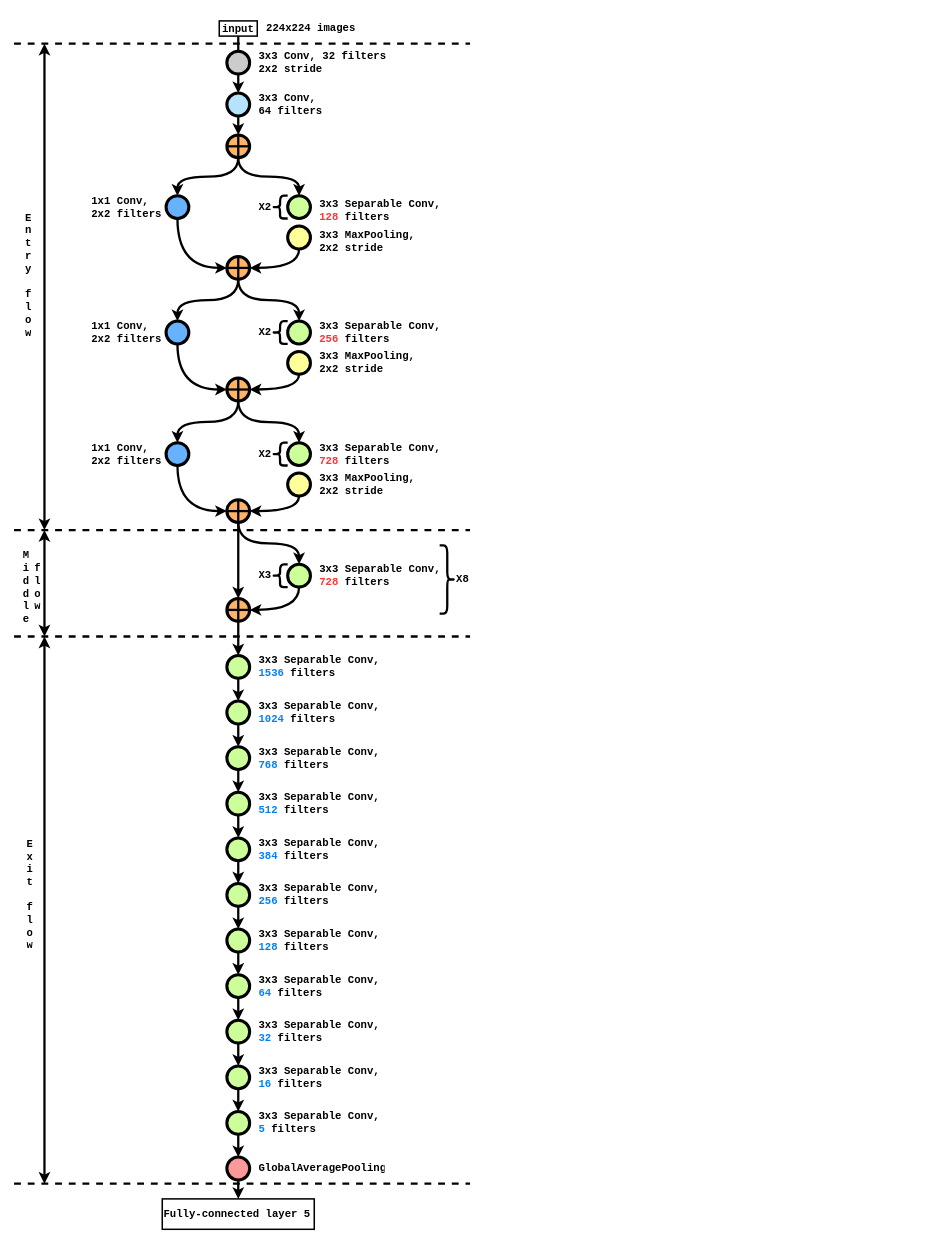
The draw.io diagram 논문/작성 논문/퇴행성 관절염 진단을 위한 방사선 영상 기반 합성곱 신경망 모델의 정확/이미지/Xception.drawio in d9249/Learning, before the edit. Source tidied: cells renumbered, new cells numbered last; positions are measured from the earlier drawing's top-left corner, leaving out a move shared by most shapes. Both pictures are drawn from the tidied source at 76%, with x=0, y=0 at pixel (14, 13).
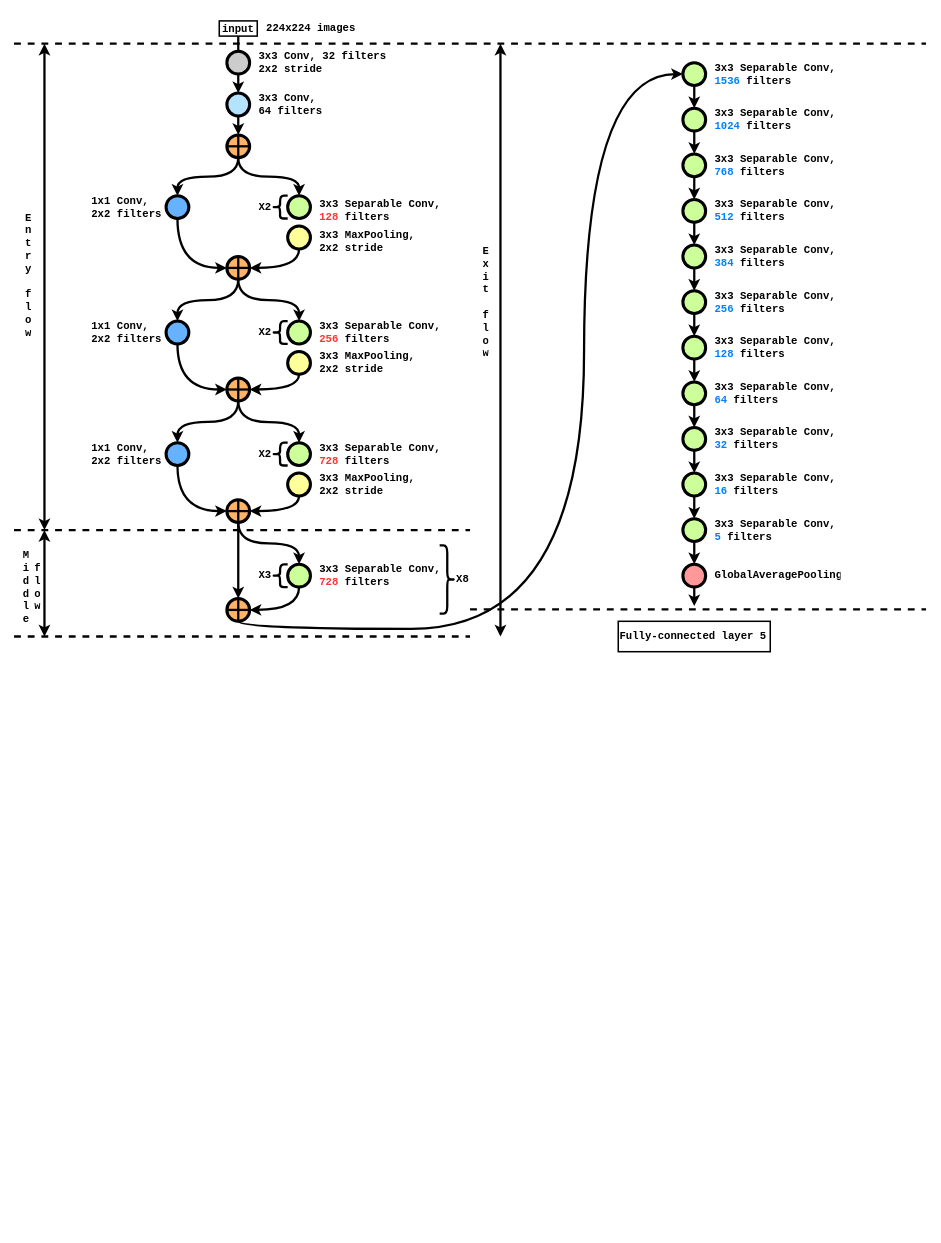
The same page after the edit.

The change refers to these unchanged cells:
```xml
<mxCell id="62" style="verticalLabelPosition=bottom;verticalAlign=top;html=1;strokeWidth=4;shape=mxgraph.flowchart.on-page_reference;fillColor=#FFB366;gradientColor=none;" parent="1" vertex="1">
  <mxGeometry x="280" y="770" width="30" height="30" as="geometry" />
</mxCell>
```

Diff of the diagram source:
```diff
@@
     <mxCell id="73" style="verticalLabelPosition=bottom;verticalAlign=top;html=1;strokeWidth=4;shape=mxgraph.flowchart.on-page_reference;plain-purple;gradientColor=none;strokeColor=#000000;fillColor=#CCFF99;" parent="1" vertex="1">
-      <mxGeometry x="280" y="845" width="30" height="30" as="geometry" />
+      <mxGeometry x="880" y="65" width="30" height="30" as="geometry" />
     </mxCell>
-    <mxCell id="74" style="edgeStyle=orthogonalEdgeStyle;curved=1;rounded=0;html=1;exitX=0.5;exitY=0;exitPerimeter=0;endArrow=none;endFill=0;jettySize=auto;strokeWidth=3;fontSize=15;startArrow=classic;startFill=1;exitDx=0;exitDy=0;entryX=0.5;entryY=1;entryDx=0;entryDy=0;entryPerimeter=0;" parent="1" edge="1" source="73" target="62">
+    <mxCell id="74" style="edgeStyle=orthogonalEdgeStyle;curved=1;rounded=0;html=1;exitX=0;exitY=0.5;exitPerimeter=0;endArrow=none;endFill=0;jettySize=auto;strokeWidth=3;fontSize=15;startArrow=classic;startFill=1;exitDx=0;exitDy=0;entryX=0.5;entryY=1;entryDx=0;entryDy=0;entryPerimeter=0;" parent="1" edge="1" source="73" target="62">
       <mxGeometry relative="1" as="geometry">
         <Array as="points">
-          <mxPoint x="295" y="830" />
-          <mxPoint x="295" y="830" />
+          <mxPoint x="750" y="80" />
+          <mxPoint x="750" y="810" />
+          <mxPoint x="295" y="810" />
         </Array>
       </mxGeometry>
     </mxCell>
     <mxCell id="75" value="3x3 Separable Conv, &lt;br&gt;&lt;font color=&quot;#007fff&quot;&gt;1536&lt;/font&gt; filters" style="text;html=1;strokeColor=none;fillColor=none;align=left;verticalAlign=middle;whiteSpace=wrap;overflow=hidden;fontSize=14;fontStyle=1;fontFamily=Courier New;" parent="1" vertex="1">
-      <mxGeometry x="320" y="840" width="167.5" height="40" as="geometry" />
+      <mxGeometry x="920" y="60" width="167.5" height="40" as="geometry" />
     </mxCell>
     <mxCell id="76" style="endArrow=none;dashed=1;html=1;rounded=0;fontColor=#FF3333;strokeWidth=3;" parent="1" edge="1">
       <mxGeometry relative="1" as="geometry">
-        <mxPoint y="820" as="sourcePoint" />
-        <mxPoint x="600" y="820" as="targetPoint" />
+        <mxPoint x="600" y="40" as="sourcePoint" />
+        <mxPoint x="1200" y="40" as="targetPoint" />
       </mxGeometry>
     </mxCell>
@@
     <mxCell id="79" style="verticalLabelPosition=bottom;verticalAlign=top;html=1;strokeWidth=4;shape=mxgraph.flowchart.on-page_reference;plain-purple;gradientColor=none;strokeColor=#000000;fillColor=#CCFF99;" parent="1" vertex="1">
-      <mxGeometry x="280" y="905" width="30" height="30" as="geometry" />
+      <mxGeometry x="880" y="125" width="30" height="30" as="geometry" />
     </mxCell>
     <mxCell id="80" value="3x3 Separable Conv, &lt;br&gt;&lt;font color=&quot;#007fff&quot;&gt;1024&lt;/font&gt; filters" style="text;html=1;strokeColor=none;fillColor=none;align=left;verticalAlign=middle;whiteSpace=wrap;overflow=hidden;fontSize=14;fontStyle=1;fontFamily=Courier New;" parent="1" vertex="1">
-      <mxGeometry x="320" y="900" width="167.5" height="40" as="geometry" />
+      <mxGeometry x="920" y="120" width="167.5" height="40" as="geometry" />
     </mxCell>
     <mxCell id="81" style="verticalLabelPosition=bottom;verticalAlign=top;html=1;strokeWidth=4;shape=mxgraph.flowchart.on-page_reference;plain-purple;gradientColor=none;strokeColor=#000000;fillColor=#CCFF99;" parent="1" vertex="1">
-      <mxGeometry x="280" y="965" width="30" height="30" as="geometry" />
+      <mxGeometry x="880" y="185" width="30" height="30" as="geometry" />
     </mxCell>
     <mxCell id="82" value="3x3 Separable Conv, &lt;br&gt;&lt;font color=&quot;#007fff&quot;&gt;768&lt;/font&gt; filters" style="text;html=1;strokeColor=none;fillColor=none;align=left;verticalAlign=middle;whiteSpace=wrap;overflow=hidden;fontSize=14;fontStyle=1;fontFamily=Courier New;" parent="1" vertex="1">
-      <mxGeometry x="320" y="960" width="167.5" height="40" as="geometry" />
+      <mxGeometry x="920" y="180" width="167.5" height="40" as="geometry" />
     </mxCell>
     <mxCell id="83" style="verticalLabelPosition=bottom;verticalAlign=top;html=1;strokeWidth=4;shape=mxgraph.flowchart.on-page_reference;plain-purple;gradientColor=none;strokeColor=#000000;fillColor=#CCFF99;" parent="1" vertex="1">
-      <mxGeometry x="280" y="1025" width="30" height="30" as="geometry" />
+      <mxGeometry x="880" y="245" width="30" height="30" as="geometry" />
     </mxCell>
     <mxCell id="84" value="3x3 Separable Conv, &lt;br&gt;&lt;font color=&quot;#007fff&quot;&gt;512&lt;/font&gt; filters" style="text;html=1;strokeColor=none;fillColor=none;align=left;verticalAlign=middle;whiteSpace=wrap;overflow=hidden;fontSize=14;fontStyle=1;fontFamily=Courier New;" parent="1" vertex="1">
-      <mxGeometry x="320" y="1020" width="167.5" height="40" as="geometry" />
+      <mxGeometry x="920" y="240" width="167.5" height="40" as="geometry" />
     </mxCell>
@@
     <mxCell id="88" style="verticalLabelPosition=bottom;verticalAlign=top;html=1;strokeWidth=4;shape=mxgraph.flowchart.on-page_reference;plain-purple;gradientColor=none;strokeColor=#000000;fillColor=#CCFF99;" parent="1" vertex="1">
-      <mxGeometry x="280" y="1085" width="30" height="30" as="geometry" />
+      <mxGeometry x="880" y="305" width="30" height="30" as="geometry" />
     </mxCell>
     <mxCell id="89" value="3x3 Separable Conv, &lt;br&gt;&lt;font color=&quot;#007fff&quot;&gt;384&lt;/font&gt; filters" style="text;html=1;strokeColor=none;fillColor=none;align=left;verticalAlign=middle;whiteSpace=wrap;overflow=hidden;fontSize=14;fontStyle=1;fontFamily=Courier New;" parent="1" vertex="1">
-      <mxGeometry x="320" y="1080" width="167.5" height="40" as="geometry" />
+      <mxGeometry x="920" y="300" width="167.5" height="40" as="geometry" />
     </mxCell>
     <mxCell id="90" style="edgeStyle=orthogonalEdgeStyle;curved=1;rounded=0;html=1;exitX=0.5;exitY=0;exitPerimeter=0;endArrow=none;endFill=0;jettySize=auto;strokeWidth=3;fontSize=15;startArrow=classic;startFill=1;exitDx=0;exitDy=0;entryX=0.5;entryY=1;entryDx=0;entryDy=0;entryPerimeter=0;" parent="1" edge="1" source="88">
       <mxGeometry relative="1" as="geometry">
-        <mxPoint x="295" y="1055" as="targetPoint" />
+        <mxPoint x="895" y="275" as="targetPoint" />
       </mxGeometry>
     </mxCell>
     <mxCell id="91" style="verticalLabelPosition=bottom;verticalAlign=top;html=1;strokeWidth=4;shape=mxgraph.flowchart.on-page_reference;plain-purple;gradientColor=none;strokeColor=#000000;fillColor=#CCFF99;" parent="1" vertex="1">
-      <mxGeometry x="280" y="1145" width="30" height="30" as="geometry" />
+      <mxGeometry x="880" y="365" width="30" height="30" as="geometry" />
     </mxCell>
     <mxCell id="92" value="3x3 Separable Conv, &lt;br&gt;&lt;font color=&quot;#007fff&quot;&gt;256&lt;/font&gt; filters" style="text;html=1;strokeColor=none;fillColor=none;align=left;verticalAlign=middle;whiteSpace=wrap;overflow=hidden;fontSize=14;fontStyle=1;fontFamily=Courier New;" parent="1" vertex="1">
-      <mxGeometry x="320" y="1140" width="167.5" height="40" as="geometry" />
+      <mxGeometry x="920" y="360" width="167.5" height="40" as="geometry" />
     </mxCell>
     <mxCell id="93" style="edgeStyle=orthogonalEdgeStyle;curved=1;rounded=0;html=1;exitX=0.5;exitY=0;exitPerimeter=0;endArrow=none;endFill=0;jettySize=auto;strokeWidth=3;fontSize=15;startArrow=classic;startFill=1;exitDx=0;exitDy=0;entryX=0.5;entryY=1;entryDx=0;entryDy=0;entryPerimeter=0;" parent="1" edge="1" source="91">
       <mxGeometry relative="1" as="geometry">
-        <mxPoint x="295" y="1115" as="targetPoint" />
+        <mxPoint x="895" y="335" as="targetPoint" />
       </mxGeometry>
     </mxCell>
     <mxCell id="94" style="verticalLabelPosition=bottom;verticalAlign=top;html=1;strokeWidth=4;shape=mxgraph.flowchart.on-page_reference;plain-purple;gradientColor=none;strokeColor=#000000;fillColor=#CCFF99;" parent="1" vertex="1">
-      <mxGeometry x="280" y="1205" width="30" height="30" as="geometry" />
+      <mxGeometry x="880" y="425" width="30" height="30" as="geometry" />
     </mxCell>
     <mxCell id="95" value="3x3 Separable Conv, &lt;br&gt;&lt;font color=&quot;#007fff&quot;&gt;128&lt;/font&gt; filters" style="text;html=1;strokeColor=none;fillColor=none;align=left;verticalAlign=middle;whiteSpace=wrap;overflow=hidden;fontSize=14;fontStyle=1;fontFamily=Courier New;" parent="1" vertex="1">
-      <mxGeometry x="320" y="1200" width="167.5" height="40" as="geometry" />
+      <mxGeometry x="920" y="420" width="167.5" height="40" as="geometry" />
     </mxCell>
     <mxCell id="96" style="edgeStyle=orthogonalEdgeStyle;curved=1;rounded=0;html=1;exitX=0.5;exitY=0;exitPerimeter=0;endArrow=none;endFill=0;jettySize=auto;strokeWidth=3;fontSize=15;startArrow=classic;startFill=1;exitDx=0;exitDy=0;entryX=0.5;entryY=1;entryDx=0;entryDy=0;entryPerimeter=0;" parent="1" edge="1" source="94">
       <mxGeometry relative="1" as="geometry">
-        <mxPoint x="295" y="1175" as="targetPoint" />
+        <mxPoint x="895" y="395" as="targetPoint" />
       </mxGeometry>
     </mxCell>
     <mxCell id="97" style="verticalLabelPosition=bottom;verticalAlign=top;html=1;strokeWidth=4;shape=mxgraph.flowchart.on-page_reference;plain-purple;gradientColor=none;strokeColor=#000000;fillColor=#CCFF99;" parent="1" vertex="1">
-      <mxGeometry x="280" y="1265" width="30" height="30" as="geometry" />
+      <mxGeometry x="880" y="485" width="30" height="30" as="geometry" />
     </mxCell>
     <mxCell id="98" value="3x3 Separable Conv, &lt;br&gt;&lt;font color=&quot;#007fff&quot;&gt;64&lt;/font&gt; filters" style="text;html=1;strokeColor=none;fillColor=none;align=left;verticalAlign=middle;whiteSpace=wrap;overflow=hidden;fontSize=14;fontStyle=1;fontFamily=Courier New;" parent="1" vertex="1">
-      <mxGeometry x="320" y="1260" width="167.5" height="40" as="geometry" />
+      <mxGeometry x="920" y="480" width="167.5" height="40" as="geometry" />
     </mxCell>
     <mxCell id="99" style="edgeStyle=orthogonalEdgeStyle;curved=1;rounded=0;html=1;exitX=0.5;exitY=0;exitPerimeter=0;endArrow=none;endFill=0;jettySize=auto;strokeWidth=3;fontSize=15;startArrow=classic;startFill=1;exitDx=0;exitDy=0;entryX=0.5;entryY=1;entryDx=0;entryDy=0;entryPerimeter=0;" parent="1" edge="1" source="97">
       <mxGeometry relative="1" as="geometry">
-        <mxPoint x="295" y="1235" as="targetPoint" />
+        <mxPoint x="895" y="455" as="targetPoint" />
       </mxGeometry>
     </mxCell>
     <mxCell id="100" style="verticalLabelPosition=bottom;verticalAlign=top;html=1;strokeWidth=4;shape=mxgraph.flowchart.on-page_reference;plain-purple;gradientColor=none;strokeColor=#000000;fillColor=#CCFF99;" parent="1" vertex="1">
-      <mxGeometry x="280" y="1325" width="30" height="30" as="geometry" />
+      <mxGeometry x="880" y="545" width="30" height="30" as="geometry" />
     </mxCell>
     <mxCell id="101" value="3x3 Separable Conv, &lt;br&gt;&lt;font color=&quot;#007fff&quot;&gt;32&lt;/font&gt; filters" style="text;html=1;strokeColor=none;fillColor=none;align=left;verticalAlign=middle;whiteSpace=wrap;overflow=hidden;fontSize=14;fontStyle=1;fontFamily=Courier New;" parent="1" vertex="1">
-      <mxGeometry x="320" y="1320" width="167.5" height="40" as="geometry" />
+      <mxGeometry x="920" y="540" width="167.5" height="40" as="geometry" />
     </mxCell>
     <mxCell id="102" style="edgeStyle=orthogonalEdgeStyle;curved=1;rounded=0;html=1;exitX=0.5;exitY=0;exitPerimeter=0;endArrow=none;endFill=0;jettySize=auto;strokeWidth=3;fontSize=15;startArrow=classic;startFill=1;exitDx=0;exitDy=0;entryX=0.5;entryY=1;entryDx=0;entryDy=0;entryPerimeter=0;" parent="1" edge="1" source="100">
       <mxGeometry relative="1" as="geometry">
-        <mxPoint x="295" y="1295" as="targetPoint" />
+        <mxPoint x="895" y="515" as="targetPoint" />
       </mxGeometry>
     </mxCell>
     <mxCell id="103" style="verticalLabelPosition=bottom;verticalAlign=top;html=1;strokeWidth=4;shape=mxgraph.flowchart.on-page_reference;plain-purple;gradientColor=none;strokeColor=#000000;fillColor=#CCFF99;" parent="1" vertex="1">
-      <mxGeometry x="280" y="1385" width="30" height="30" as="geometry" />
+      <mxGeometry x="880" y="605" width="30" height="30" as="geometry" />
     </mxCell>
     <mxCell id="104" value="3x3 Separable Conv, &lt;br&gt;&lt;font color=&quot;#007fff&quot;&gt;16&lt;/font&gt; filters" style="text;html=1;strokeColor=none;fillColor=none;align=left;verticalAlign=middle;whiteSpace=wrap;overflow=hidden;fontSize=14;fontStyle=1;fontFamily=Courier New;" parent="1" vertex="1">
-      <mxGeometry x="320" y="1380" width="167.5" height="40" as="geometry" />
+      <mxGeometry x="920" y="600" width="167.5" height="40" as="geometry" />
     </mxCell>
     <mxCell id="105" style="edgeStyle=orthogonalEdgeStyle;curved=1;rounded=0;html=1;exitX=0.5;exitY=0;exitPerimeter=0;endArrow=none;endFill=0;jettySize=auto;strokeWidth=3;fontSize=15;startArrow=classic;startFill=1;exitDx=0;exitDy=0;entryX=0.5;entryY=1;entryDx=0;entryDy=0;entryPerimeter=0;" parent="1" edge="1" source="103">
       <mxGeometry relative="1" as="geometry">
-        <mxPoint x="295" y="1355" as="targetPoint" />
+        <mxPoint x="895" y="575" as="targetPoint" />
       </mxGeometry>
     </mxCell>
     <mxCell id="106" style="verticalLabelPosition=bottom;verticalAlign=top;html=1;strokeWidth=4;shape=mxgraph.flowchart.on-page_reference;plain-purple;gradientColor=none;strokeColor=#000000;fillColor=#CCFF99;" parent="1" vertex="1">
-      <mxGeometry x="280" y="1445" width="30" height="30" as="geometry" />
+      <mxGeometry x="880" y="665" width="30" height="30" as="geometry" />
     </mxCell>
     <mxCell id="107" value="3x3 Separable Conv, &lt;br&gt;&lt;font color=&quot;#007fff&quot;&gt;5&lt;/font&gt; filters" style="text;html=1;strokeColor=none;fillColor=none;align=left;verticalAlign=middle;whiteSpace=wrap;overflow=hidden;fontSize=14;fontStyle=1;fontFamily=Courier New;" parent="1" vertex="1">
-      <mxGeometry x="320" y="1440" width="167.5" height="40" as="geometry" />
+      <mxGeometry x="920" y="660" width="167.5" height="40" as="geometry" />
     </mxCell>
     <mxCell id="108" style="edgeStyle=orthogonalEdgeStyle;curved=1;rounded=0;html=1;exitX=0.5;exitY=0;exitPerimeter=0;endArrow=none;endFill=0;jettySize=auto;strokeWidth=3;fontSize=15;startArrow=classic;startFill=1;exitDx=0;exitDy=0;entryX=0.5;entryY=1;entryDx=0;entryDy=0;entryPerimeter=0;" parent="1" edge="1" source="106">
       <mxGeometry relative="1" as="geometry">
-        <mxPoint x="295" y="1415" as="targetPoint" />
+        <mxPoint x="895" y="635" as="targetPoint" />
       </mxGeometry>
     </mxCell>
     <mxCell id="109" style="verticalLabelPosition=bottom;verticalAlign=top;html=1;strokeWidth=4;shape=mxgraph.flowchart.on-page_reference;plain-purple;gradientColor=none;strokeColor=#000000;fillColor=#FF9999;" parent="1" vertex="1">
-      <mxGeometry x="280" y="1505" width="30" height="30" as="geometry" />
+      <mxGeometry x="880" y="725" width="30" height="30" as="geometry" />
     </mxCell>
     <mxCell id="110" value="GlobalAveragePooling" style="text;html=1;strokeColor=none;fillColor=none;align=left;verticalAlign=middle;whiteSpace=wrap;overflow=hidden;fontSize=14;fontStyle=1;fontFamily=Courier New;" parent="1" vertex="1">
-      <mxGeometry x="320" y="1500" width="167.5" height="40" as="geometry" />
+      <mxGeometry x="920" y="720" width="167.5" height="40" as="geometry" />
     </mxCell>
     <mxCell id="111" style="edgeStyle=orthogonalEdgeStyle;curved=1;rounded=0;html=1;exitX=0.5;exitY=0;exitPerimeter=0;endArrow=none;endFill=0;jettySize=auto;strokeWidth=3;fontSize=15;startArrow=classic;startFill=1;exitDx=0;exitDy=0;entryX=0.5;entryY=1;entryDx=0;entryDy=0;entryPerimeter=0;" parent="1" edge="1" source="109">
       <mxGeometry relative="1" as="geometry">
-        <mxPoint x="295" y="1475" as="targetPoint" />
+        <mxPoint x="895" y="695" as="targetPoint" />
       </mxGeometry>
     </mxCell>
     <mxCell id="112" value="Fully-connected layer 5" style="text;html=1;strokeColor=default;fillColor=none;align=left;verticalAlign=middle;whiteSpace=wrap;overflow=hidden;fontSize=14;fontStyle=1;fontFamily=Courier New;rounded=0;strokeWidth=2;" parent="1" vertex="1">
-      <mxGeometry x="195" y="1560" width="200" height="40" as="geometry" />
+      <mxGeometry x="795" y="800" width="200" height="40" as="geometry" />
     </mxCell>
-    <mxCell id="113" style="edgeStyle=orthogonalEdgeStyle;curved=1;rounded=0;html=1;exitX=0.5;exitY=0;endArrow=none;endFill=0;jettySize=auto;strokeWidth=3;fontSize=15;startArrow=classic;startFill=1;exitDx=0;exitDy=0;entryX=0.5;entryY=1;entryDx=0;entryDy=0;entryPerimeter=0;" parent="1" edge="1" source="112" target="109">
-      <mxGeometry relative="1" as="geometry" />
+    <mxCell id="113" style="edgeStyle=orthogonalEdgeStyle;curved=1;rounded=0;html=1;exitX=0.5;exitY=0;endArrow=none;endFill=0;jettySize=auto;strokeWidth=3;fontSize=15;startArrow=classic;startFill=1;exitDx=0;exitDy=0;entryX=0.5;entryY=1;entryDx=0;entryDy=0;entryPerimeter=0;" parent="1" edge="1" target="109">
+      <mxGeometry relative="1" as="geometry">
+        <mxPoint x="895" y="780" as="sourcePoint" />
+      </mxGeometry>
     </mxCell>
     <mxCell id="114" style="endArrow=none;dashed=1;html=1;rounded=0;fontColor=#FF3333;strokeWidth=3;" parent="1" edge="1">
       <mxGeometry relative="1" as="geometry">
-        <mxPoint y="1540" as="sourcePoint" />
-        <mxPoint x="600" y="1540" as="targetPoint" />
+        <mxPoint x="600" y="784.3" as="sourcePoint" />
+        <mxPoint x="1200" y="784.3" as="targetPoint" />
       </mxGeometry>
     </mxCell>
     <mxCell id="115" style="endArrow=classic;startArrow=classic;html=1;rounded=0;fontColor=#FF3333;strokeWidth=3;" parent="1" edge="1">
       <mxGeometry relative="1" as="geometry">
-        <mxPoint x="40" y="1540" as="sourcePoint" />
-        <mxPoint x="40" y="820" as="targetPoint" />
+        <mxPoint x="640" y="820" as="sourcePoint" />
+        <mxPoint x="640" y="40" as="targetPoint" />
       </mxGeometry>
     </mxCell>
@@
     <mxCell id="117" value="E&lt;br&gt;x&lt;br&gt;i&lt;br&gt;t&lt;br&gt;&amp;nbsp;&lt;br&gt;f&lt;br&gt;l&lt;br&gt;o&lt;br&gt;w" style="text;html=1;strokeColor=none;fillColor=none;align=left;verticalAlign=middle;whiteSpace=wrap;overflow=hidden;fontSize=14;fontStyle=1;fontFamily=Courier New;direction=east;flipV=0;" parent="1" vertex="1">
-      <mxGeometry x="15" y="1082.5" width="10" height="155" as="geometry" />
+      <mxGeometry x="615" y="302.5" width="10" height="155" as="geometry" />
     </mxCell>
@@
+    <mxCell id="120" style="endArrow=none;dashed=1;html=1;rounded=0;fontColor=#FF3333;strokeWidth=3;" parent="1" edge="1">
+      <mxGeometry relative="1" as="geometry">
+        <mxPoint y="820" as="sourcePoint" />
+        <mxPoint x="600" y="820" as="targetPoint" />
+      </mxGeometry>
+    </mxCell>
```
